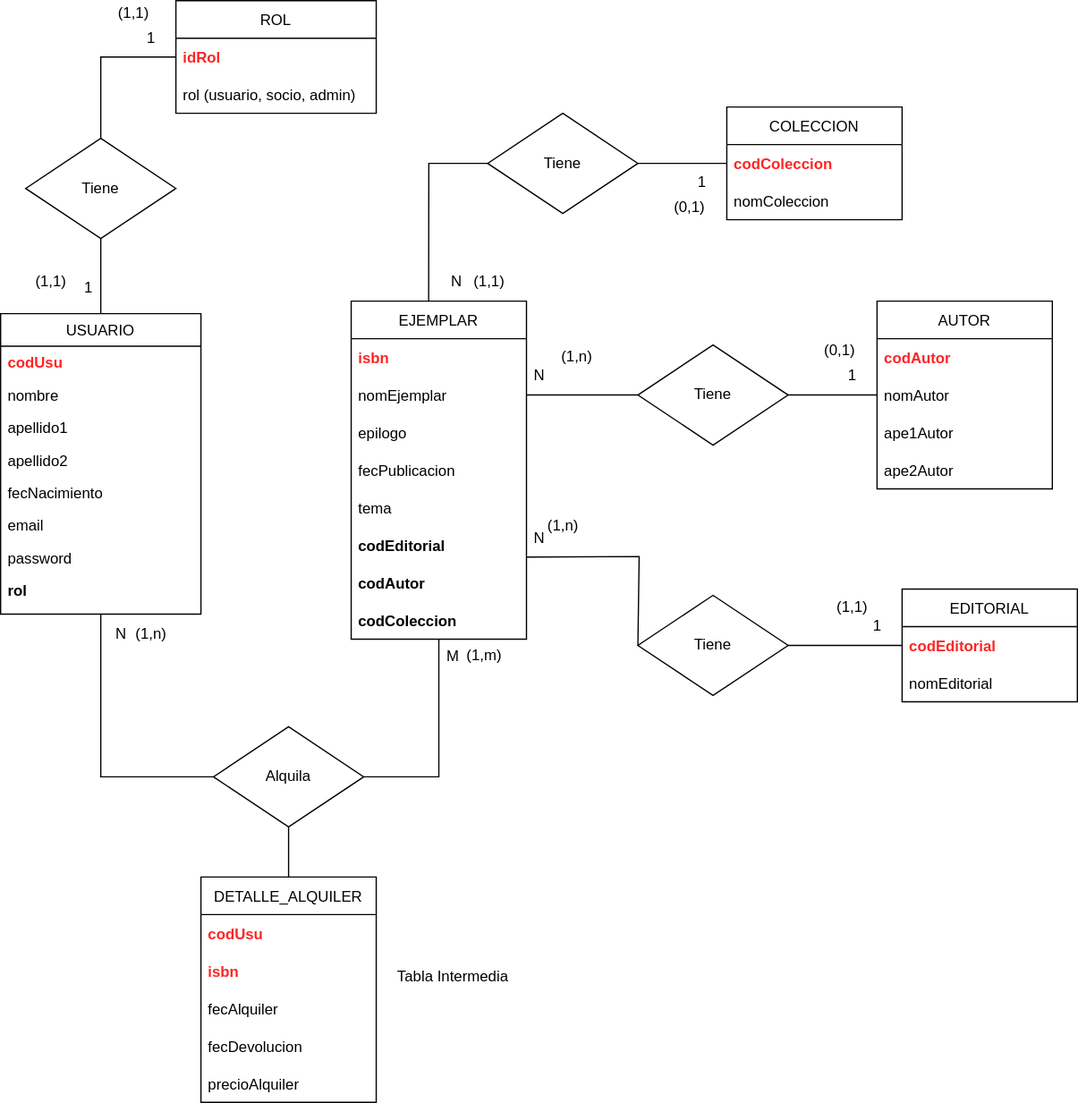
Before: TheOwl.drawio.svg, a diagram exported from draw.io (GheorgheBci/TheOwl). Source tidied: cells renumbered, new cells last; positions are measured from the earlier drawing's top-left corner, leaving out a move shared by most shapes.
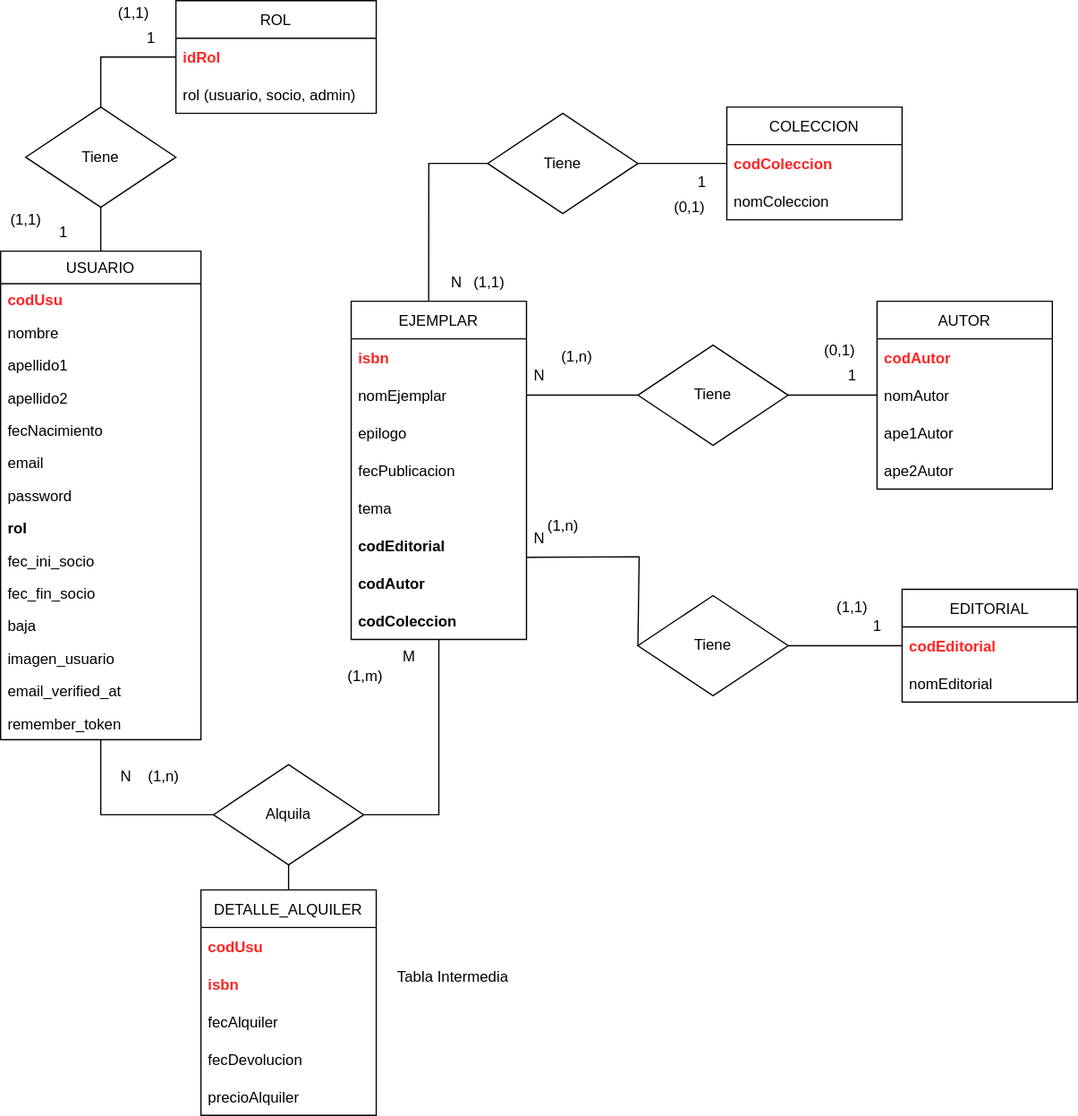
The same file after the commit.

Commit message:
Actualizar diagrama E/R

What changed in the source:
```diff
@@ -3,7 +3,7 @@
     <mxCell id="0" />
     <mxCell id="1" parent="0" />
     <mxCell id="2" value="USUARIO&#10;&#10;" style="swimlane;fontStyle=0;align=center;verticalAlign=top;horizontal=1;startSize=26;rounded=0;shadow=0;strokeWidth=1;" parent="1" vertex="1">
-      <mxGeometry y="250" width="160" height="240" as="geometry" />
+      <mxGeometry y="200" width="160" height="390" as="geometry" />
     </mxCell>
     <mxCell id="3" value="codUsu " style="text;align=left;verticalAlign=top;spacingLeft=4;spacingRight=4;overflow=hidden;fontStyle=1;labelBackgroundColor=none;fontColor=#FF2424;" parent="2" vertex="1">
       <mxGeometry y="26" width="160" height="26" as="geometry" />
@@ -26,8 +26,26 @@
     <mxCell id="9" value="password" style="text;align=left;verticalAlign=top;spacingLeft=4;spacingRight=4;overflow=hidden;rounded=0;shadow=0;html=0;" parent="2" vertex="1">
       <mxGeometry y="182" width="160" height="26" as="geometry" />
     </mxCell>
+    <mxCell id="77" value="rol" style="text;align=left;verticalAlign=top;spacingLeft=4;spacingRight=4;overflow=hidden;rounded=0;shadow=0;html=0;fontStyle=1;" parent="2" vertex="1">
+      <mxGeometry y="208" width="160" height="26" as="geometry" />
+    </mxCell>
+    <mxCell id="78" value="fec_ini_socio" style="text;align=left;verticalAlign=top;spacingLeft=4;spacingRight=4;overflow=hidden;rounded=0;shadow=0;html=0;fontStyle=0;" parent="2" vertex="1">
+      <mxGeometry y="234" width="160" height="26" as="geometry" />
+    </mxCell>
+    <mxCell id="79" value="fec_fin_socio" style="text;align=left;verticalAlign=top;spacingLeft=4;spacingRight=4;overflow=hidden;rounded=0;shadow=0;html=0;fontStyle=0;" parent="2" vertex="1">
+      <mxGeometry y="260" width="160" height="26" as="geometry" />
+    </mxCell>
+    <mxCell id="80" value="&#9;baja" style="text;align=left;verticalAlign=top;spacingLeft=4;spacingRight=4;overflow=hidden;rounded=0;shadow=0;html=0;fontStyle=0;" parent="2" vertex="1">
+      <mxGeometry y="286" width="160" height="26" as="geometry" />
+    </mxCell>
+    <mxCell id="81" value="&#9;imagen_usuario" style="text;align=left;verticalAlign=top;spacingLeft=4;spacingRight=4;overflow=hidden;rounded=0;shadow=0;html=0;fontStyle=0;" parent="2" vertex="1">
+      <mxGeometry y="312" width="160" height="26" as="geometry" />
+    </mxCell>
+    <mxCell id="82" value="&#9;email_verified_at" style="text;align=left;verticalAlign=top;spacingLeft=4;spacingRight=4;overflow=hidden;rounded=0;shadow=0;html=0;fontStyle=0;" parent="2" vertex="1">
+      <mxGeometry y="338" width="160" height="26" as="geometry" />
+    </mxCell>
-    <mxCell id="10" value="rol" style="text;align=left;verticalAlign=top;spacingLeft=4;spacingRight=4;overflow=hidden;rounded=0;shadow=0;html=0;fontStyle=1;" parent="2" vertex="1">
-      <mxGeometry y="208" width="160" height="26" as="geometry" />
+    <mxCell id="10" value="&#9;remember_token" style="text;align=left;verticalAlign=top;spacingLeft=4;spacingRight=4;overflow=hidden;rounded=0;shadow=0;html=0;fontStyle=0;" parent="2" vertex="1">
+      <mxGeometry y="364" width="160" height="26" as="geometry" />
     </mxCell>
     <mxCell id="11" value="ROL" style="swimlane;fontStyle=0;horizontal=1;startSize=30;" parent="1" vertex="1">
       <mxGeometry x="140" width="160" height="90" as="geometry" />
@@ -66,7 +84,7 @@
       <mxGeometry y="240" width="140" height="30" as="geometry" />
     </mxCell>
     <mxCell id="23" value="DETALLE_ALQUILER" style="swimlane;fontStyle=0;horizontal=1;startSize=30;" parent="1" vertex="1">
-      <mxGeometry x="160" y="700" width="140" height="180" as="geometry" />
+      <mxGeometry x="160" y="710" width="140" height="180" as="geometry" />
     </mxCell>
     <mxCell id="24" value="codUsu" style="text;strokeColor=none;fillColor=none;align=left;verticalAlign=middle;spacingLeft=4;spacingRight=4;overflow=hidden;fontStyle=1;fontColor=#FF2424;" parent="23" vertex="1">
       <mxGeometry y="30" width="140" height="30" as="geometry" />
@@ -117,16 +135,16 @@
       <mxGeometry y="60" width="140" height="30" as="geometry" />
     </mxCell>
     <mxCell id="40" value="1" style="text;html=1;align=center;verticalAlign=middle;strokeColor=none;fillColor=none;" parent="1" vertex="1">
-      <mxGeometry x="60" y="220" width="20" height="20" as="geometry" />
+      <mxGeometry x="40" y="175" width="20" height="20" as="geometry" />
     </mxCell>
     <mxCell id="41" value="1" style="text;html=1;align=center;verticalAlign=middle;strokeColor=none;fillColor=none;" parent="1" vertex="1">
       <mxGeometry x="110" y="20" width="20" height="20" as="geometry" />
     </mxCell>
     <mxCell id="42" value="N" style="text;html=1;align=center;verticalAlign=middle;strokeColor=none;fillColor=none;" parent="1" vertex="1">
-      <mxGeometry x="86" y="496" width="20" height="20" as="geometry" />
+      <mxGeometry x="90" y="610" width="20" height="20" as="geometry" />
     </mxCell>
     <mxCell id="43" value="M" style="text;html=1;align=center;verticalAlign=middle;strokeColor=none;fillColor=none;" parent="1" vertex="1">
-      <mxGeometry x="346" y="514" width="30" height="20" as="geometry" />
+      <mxGeometry x="311" y="514" width="30" height="20" as="geometry" />
     </mxCell>
     <mxCell id="44" value="1" style="text;html=1;align=center;verticalAlign=middle;strokeColor=none;fillColor=none;" parent="1" vertex="1">
       <mxGeometry x="550" y="135" width="20" height="20" as="geometry" />
@@ -150,7 +168,7 @@
       <mxGeometry x="86" width="40" height="20" as="geometry" />
     </mxCell>
     <mxCell id="51" value="(1,1)" style="text;html=1;align=center;verticalAlign=middle;strokeColor=none;fillColor=none;" parent="1" vertex="1">
-      <mxGeometry x="20" y="215" width="40" height="20" as="geometry" />
+      <mxGeometry y="165" width="40" height="20" as="geometry" />
     </mxCell>
     <mxCell id="52" value="(0,1)" style="text;html=1;align=center;verticalAlign=middle;strokeColor=none;fillColor=none;" parent="1" vertex="1">
       <mxGeometry x="530" y="155" width="40" height="20" as="geometry" />
@@ -171,25 +189,26 @@
       <mxGeometry x="429" y="410" width="40" height="20" as="geometry" />
     </mxCell>
     <mxCell id="58" value="(1,n)" style="text;html=1;align=center;verticalAlign=middle;strokeColor=none;fillColor=none;" parent="1" vertex="1">
-      <mxGeometry x="100" y="496" width="40" height="20" as="geometry" />
+      <mxGeometry x="110" y="610" width="40" height="20" as="geometry" />
     </mxCell>
     <mxCell id="59" value="(1,m)" style="text;html=1;align=center;verticalAlign=middle;strokeColor=none;fillColor=none;" parent="1" vertex="1">
-      <mxGeometry x="366" y="513" width="40" height="20" as="geometry" />
+      <mxGeometry x="271" y="530" width="40" height="20" as="geometry" />
     </mxCell>
     <mxCell id="60" value="Alquila" style="rhombus;whiteSpace=wrap;html=1;" parent="1" vertex="1">
-      <mxGeometry x="170" y="580" width="120" height="80" as="geometry" />
+      <mxGeometry x="170" y="610" width="120" height="80" as="geometry" />
     </mxCell>
     <mxCell id="61" style="endArrow=none;html=1;rounded=0;exitX=0;exitY=0.5;exitDx=0;exitDy=0;entryX=0.5;entryY=1;entryDx=0;entryDy=0;" parent="1" edge="1" source="60" target="2">
       <mxGeometry relative="1" as="geometry">
         <Array as="points">
-          <mxPoint x="80" y="620" />
+          <mxPoint x="90" y="650" />
+          <mxPoint x="80" y="650" />
         </Array>
       </mxGeometry>
     </mxCell>
     <mxCell id="62" style="endArrow=none;html=1;rounded=0;exitX=1;exitY=0.5;exitDx=0;exitDy=0;" parent="1" edge="1" source="60" target="22">
       <mxGeometry relative="1" as="geometry">
         <Array as="points">
-          <mxPoint x="350" y="620" />
+          <mxPoint x="350" y="650" />
         </Array>
       </mxGeometry>
     </mxCell>
@@ -197,7 +216,7 @@
       <mxGeometry relative="1" as="geometry" />
     </mxCell>
     <mxCell id="64" value="Tiene" style="rhombus;whiteSpace=wrap;html=1;" parent="1" vertex="1">
-      <mxGeometry x="20" y="110" width="120" height="80" as="geometry" />
+      <mxGeometry x="20" y="85" width="120" height="80" as="geometry" />
     </mxCell>
     <mxCell id="65" style="endArrow=none;html=1;rounded=0;exitX=0.5;exitY=0;exitDx=0;exitDy=0;entryX=0.5;entryY=1;entryDx=0;entryDy=0;" parent="1" edge="1" source="2" target="64">
       <mxGeometry relative="1" as="geometry" />
```
